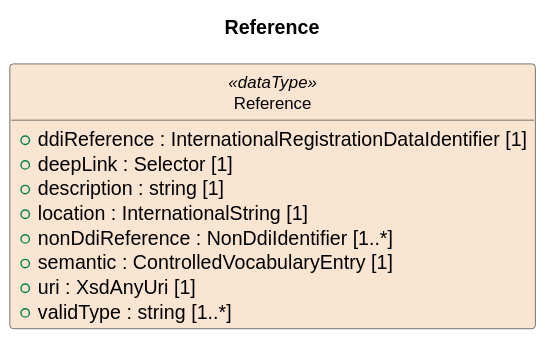
Before: build/plantuml/cdifCore/DataTypes/Reference.svg, a diagram exported from PlantUML (Cross-Domain-Interoperability-Framework/metadataBuildingBlocks). The source it was exported from:
```plantuml
@startuml
title Reference
hide circle
hide empty members
skinparam shadowing false
skinparam ArrowThickness 1.2
skinparam class {
  ArrowColor #404040
  BorderColor #404040
  FontSize 12
}

class "Reference" as Reference <<dataType>> #FAE5D3 {
  +ddiReference : InternationalRegistrationDataIdentifier [1]
  +deepLink : Selector [1]
  +description : string [1]
  +location : InternationalString [1]
  +nonDdiReference : NonDdiIdentifier [1..*]
  +semantic : ControlledVocabularyEntry [1]
  +uri : XsdAnyUri [1]
  +validType : string [1..*]
}
@enduml
```
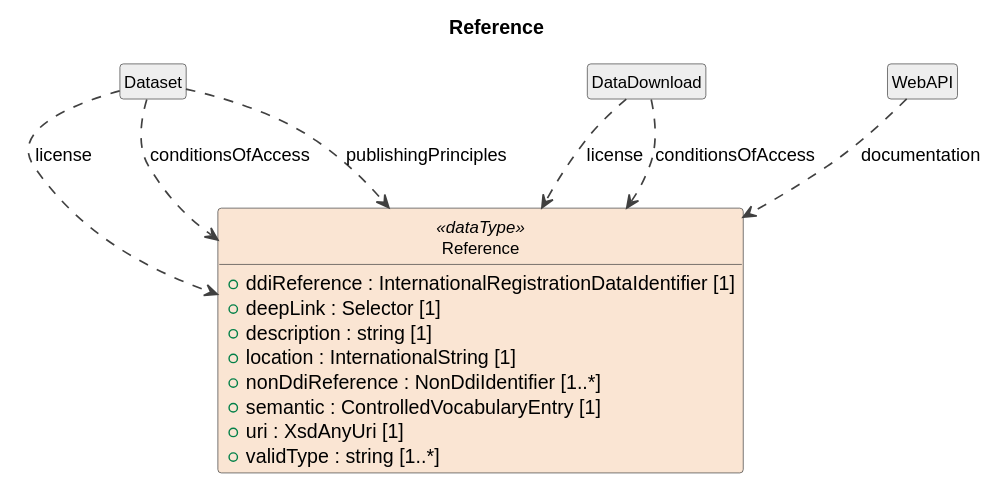
The same file after the commit.

Diff of the diagram source:
```diff
@@ -20,4 +20,13 @@
   +uri : XsdAnyUri [1]
   +validType : string [1..*]
 }
+class "Dataset" as Dataset #EEEEEE
+Dataset ..> Reference : license
+Dataset ..> Reference : conditionsOfAccess
+Dataset ..> Reference : publishingPrinciples
+class "DataDownload" as DataDownload #EEEEEE
+DataDownload ..> Reference : license
+DataDownload ..> Reference : conditionsOfAccess
+class "WebAPI" as WebAPI #EEEEEE
+WebAPI ..> Reference : documentation
 @enduml
```
